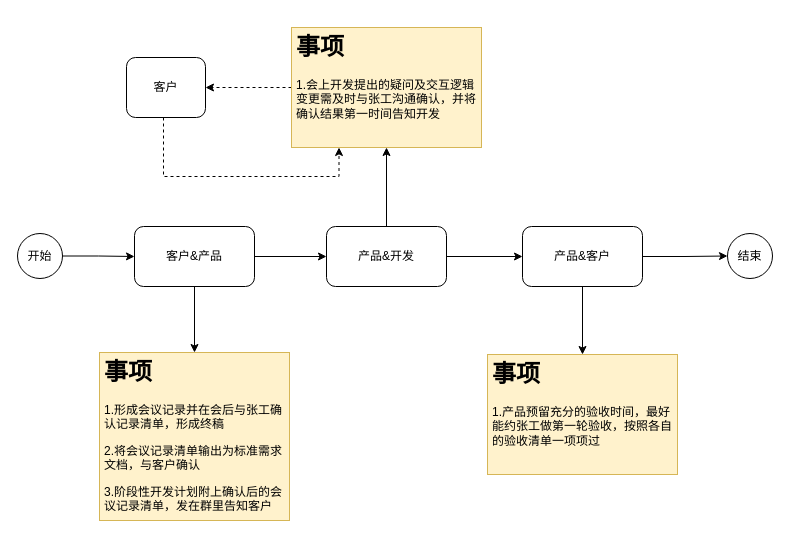
Above: 大众项目流程.drawio in ammengke/my-drawio (draw.io), before the change. Source tidied: cells renumbered, new cells numbered last; positions are measured from the earlier drawing's top-left corner, leaving out a move shared by most shapes. Both pictures are drawn from the tidied source at 100%, with x=0, y=0 at pixel (17, 27).
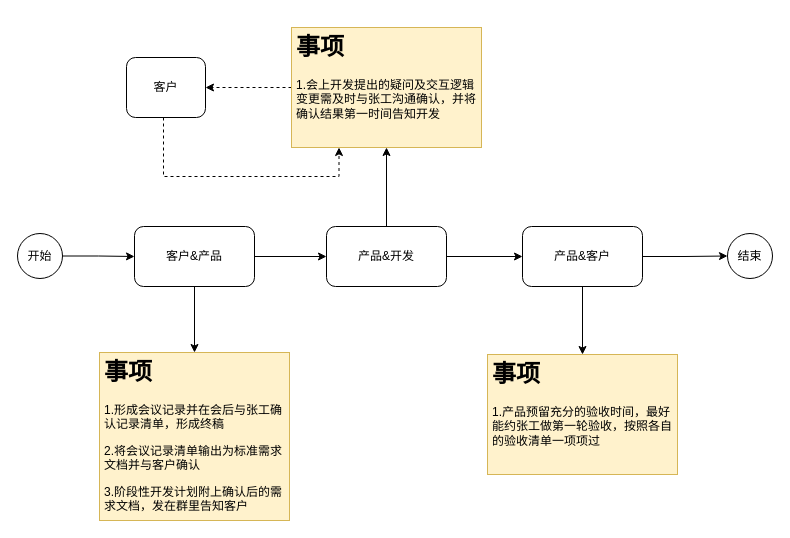
After the change.

Commit message:
更新大众项目流程.drawio

What changed in the source:
```diff
@@
-    <mxCell id="14" value="&lt;h1&gt;事项&lt;/h1&gt;&lt;p&gt;1.形成会议记录并在会后与张工确认记录清单，形成终稿&lt;/p&gt;&lt;p&gt;2.将会议记录清单输出为标准需求文档，与客户确认&lt;/p&gt;&lt;p&gt;3.阶段性开发计划附上确认后的会议记录清单，发在群里告知客户&lt;/p&gt;&lt;div&gt;&lt;br&gt;&lt;/div&gt;" style="text;html=1;strokeColor=#d6b656;fillColor=#fff2cc;spacing=5;spacingTop=-20;whiteSpace=wrap;overflow=hidden;rounded=0;" parent="1" vertex="1">
+    <mxCell id="14" value="&lt;h1&gt;事项&lt;/h1&gt;&lt;p&gt;1.形成会议记录并在会后与张工确认记录清单，形成终稿&lt;/p&gt;&lt;p&gt;2.将会议记录清单输出为标准需求文档并与客户确认&lt;/p&gt;&lt;p&gt;3.阶段性开发计划附上确认后的需求文档，发在群里告知客户&lt;/p&gt;&lt;div&gt;&lt;br&gt;&lt;/div&gt;" style="text;html=1;strokeColor=#d6b656;fillColor=#fff2cc;spacing=5;spacingTop=-20;whiteSpace=wrap;overflow=hidden;rounded=0;" parent="1" vertex="1">
       <mxGeometry x="82" y="325" width="190" height="168" as="geometry" />
     </mxCell>
```
